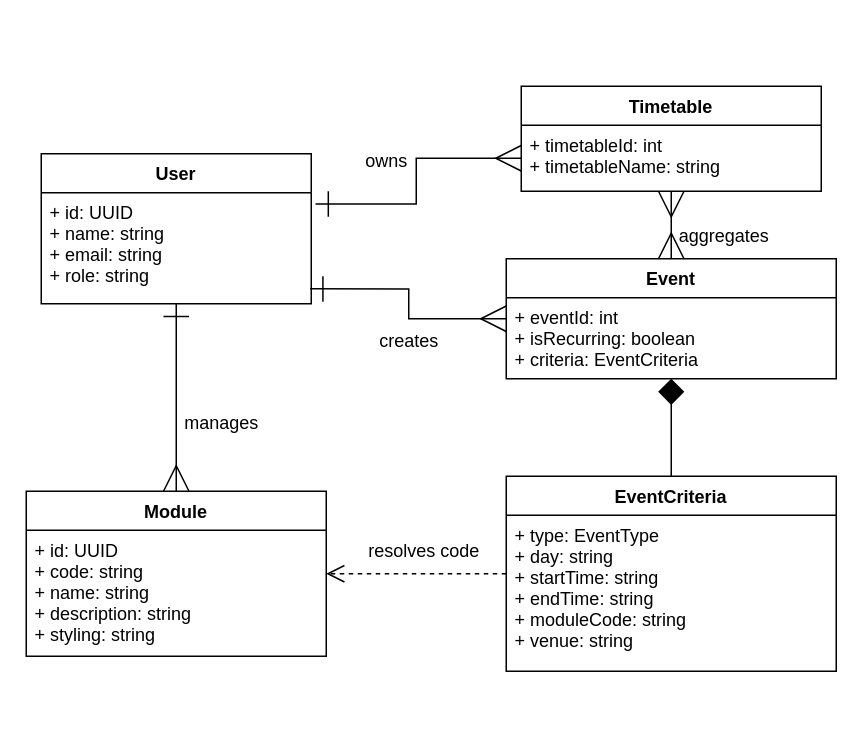
Above: dev/diagrams/domain/Domain.drawio in COS301-SE-2026/UMTAS (draw.io), before the change. Source tidied: cells renumbered, new cells numbered last; positions are measured from the earlier drawing's top-left corner, leaving out a move shared by most shapes. Both pictures are drawn from the tidied source at 150%, with x=0, y=0 at pixel (26, 86).
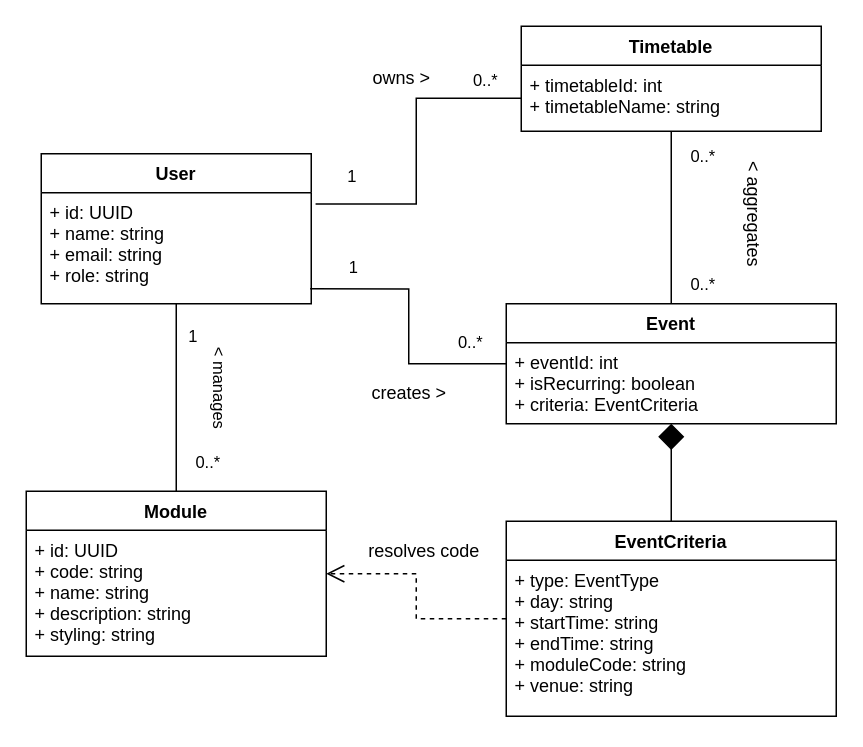
Above is the later version.

Unchanged cells that the change refers to:
```xml
<mxCell id="2" value="User" style="swimlane;fontStyle=1;align=center;verticalAlign=top;horizontal=1;startSize=26;" parent="1" vertex="1">
  <mxGeometry x="10" y="45" width="180" height="100" as="geometry" />
</mxCell>
<mxCell id="3" value="+ id: UUID&#10;+ name: string&#10;+ email: string&#10;+ role: string" style="text;align=left;verticalAlign=top;spacingLeft=4;spacingRight=4;overflow=hidden;points=[[0,0.5],[1,0.5]];portConstraint=eastwest;" parent="2" vertex="1">
  <mxGeometry y="26" width="180" height="74" as="geometry" />
</mxCell>
<mxCell id="4" value="Module" style="swimlane;fontStyle=1;align=center;verticalAlign=top;horizontal=1;startSize=26;" parent="1" vertex="1">
  <mxGeometry y="270" width="200" height="110" as="geometry" />
</mxCell>
<mxCell id="11" value="+ timetableId: int&#10;+ timetableName: string" style="text;align=left;verticalAlign=top;spacingLeft=4;spacingRight=4;overflow=hidden;points=[[0,0.5],[1,0.5]];portConstraint=eastwest;" parent="10" vertex="1">
  <mxGeometry y="26" width="200" height="44" as="geometry" />
</mxCell>
```

Change to the diagram source:
```diff
@@
     <mxCell id="6" value="Event" style="swimlane;fontStyle=1;align=center;verticalAlign=top;horizontal=1;startSize=26;" parent="1" vertex="1">
-      <mxGeometry x="320" y="115" width="220" height="80" as="geometry" />
+      <mxGeometry x="320" y="145" width="220" height="80" as="geometry" />
     </mxCell>
@@
     <mxCell id="8" value="EventCriteria" style="swimlane;fontStyle=1;align=center;verticalAlign=top;horizontal=1;startSize=26;" parent="1" vertex="1">
-      <mxGeometry x="320" y="260" width="220" height="130" as="geometry" />
+      <mxGeometry x="320" y="290" width="220" height="130" as="geometry" />
     </mxCell>
@@
     <mxCell id="10" value="Timetable" style="swimlane;fontStyle=1;align=center;verticalAlign=top;horizontal=1;startSize=26;" parent="1" vertex="1">
-      <mxGeometry x="330" width="200" height="70" as="geometry" />
+      <mxGeometry x="330" y="-40" width="200" height="70" as="geometry" />
     </mxCell>
@@
-    <mxCell id="12" style="edgeStyle=orthogonalEdgeStyle;rounded=0;jettySize=auto;html=1;endArrow=ERmany;startArrow=ERone;endSize=15;startSize=15;" parent="1" edge="1" source="2" target="4">
+    <mxCell id="12" style="edgeStyle=orthogonalEdgeStyle;rounded=0;jettySize=auto;html=1;endArrow=none;startArrow=none;endSize=15;startSize=15;startFill=0;endFill=0;" parent="1" edge="1" source="2" target="4">
       <mxGeometry relative="1" as="geometry" />
     </mxCell>
-    <mxCell id="13" value="manages" style="text;html=1;align=center;verticalAlign=middle;" parent="1" vertex="1">
-      <mxGeometry x="100" y="215" width="60" height="20" as="geometry" />
-    </mxCell>
+    <mxCell id="23" value="1" style="edgeLabel;html=1;align=center;verticalAlign=middle;" parent="12" vertex="1">
+      <mxGeometry x="-0.67" y="-3" relative="1" as="geometry">
+        <mxPoint x="13" as="offset" />
+      </mxGeometry>
+    </mxCell>
+    <mxCell id="24" value="0..*" style="edgeLabel;html=1;align=center;verticalAlign=middle;" parent="12" vertex="1">
+      <mxGeometry x="0.6" y="1" relative="1" as="geometry">
+        <mxPoint x="19" y="5" as="offset" />
+      </mxGeometry>
+    </mxCell>
+    <mxCell id="25" value="&amp;lt; manages" style="edgeLabel;html=1;align=center;verticalAlign=middle;rotation=90;" parent="12" vertex="1">
+      <mxGeometry x="-0.02" relative="1" as="geometry">
+        <mxPoint x="30" y="-6" as="offset" />
+      </mxGeometry>
+    </mxCell>
-    <mxCell id="14" style="edgeStyle=orthogonalEdgeStyle;rounded=0;jettySize=auto;html=1;endArrow=ERmany;startArrow=ERone;endSize=15;startSize=15;exitX=0.996;exitY=0.866;exitDx=0;exitDy=0;exitPerimeter=0;" parent="1" edge="1" source="3" target="6">
+    <mxCell id="14" style="edgeStyle=orthogonalEdgeStyle;rounded=0;jettySize=auto;html=1;endArrow=none;startArrow=none;endSize=15;startSize=15;exitX=0.996;exitY=0.866;exitDx=0;exitDy=0;exitPerimeter=0;endFill=0;startFill=0;" parent="1" edge="1" source="3" target="6">
       <mxGeometry relative="1" as="geometry" />
     </mxCell>
+    <mxCell id="26" value="1" style="edgeLabel;html=1;align=center;verticalAlign=middle;" parent="14" vertex="1">
+      <mxGeometry x="-0.54" y="-2" relative="1" as="geometry">
+        <mxPoint x="-14" y="-17" as="offset" />
+      </mxGeometry>
+    </mxCell>
+    <mxCell id="27" value="0..*" style="edgeLabel;html=1;align=center;verticalAlign=middle;" parent="14" vertex="1">
+      <mxGeometry x="0.69" relative="1" as="geometry">
+        <mxPoint x="3" y="-15" as="offset" />
+      </mxGeometry>
+    </mxCell>
-    <mxCell id="15" value="creates" style="text;html=1;align=center;verticalAlign=middle;" parent="1" vertex="1">
-      <mxGeometry x="230" y="160" width="50" height="20" as="geometry" />
+    <mxCell id="15" value="creates &amp;gt;" style="text;html=1;align=center;verticalAlign=middle;" parent="1" vertex="1">
+      <mxGeometry x="220" y="190" width="70" height="30" as="geometry" />
     </mxCell>
-    <mxCell id="16" style="edgeStyle=orthogonalEdgeStyle;rounded=0;jettySize=auto;html=1;endArrow=ERmany;startArrow=ERone;endSize=15;startSize=15;exitX=1.016;exitY=0.102;exitDx=0;exitDy=0;exitPerimeter=0;entryX=0;entryY=0.5;entryDx=0;entryDy=0;" parent="1" edge="1" source="3" target="11">
+    <mxCell id="16" style="edgeStyle=orthogonalEdgeStyle;rounded=0;jettySize=auto;html=1;endArrow=none;startArrow=none;endSize=15;startSize=15;exitX=1.016;exitY=0.102;exitDx=0;exitDy=0;exitPerimeter=0;entryX=0;entryY=0.5;entryDx=0;entryDy=0;startFill=0;endFill=0;" parent="1" edge="1" source="3" target="11">
       <mxGeometry relative="1" as="geometry" />
     </mxCell>
+    <mxCell id="28" value="0..*" style="edgeLabel;html=1;align=center;verticalAlign=middle;" parent="16" vertex="1">
+      <mxGeometry x="0.76" y="1" relative="1" as="geometry">
+        <mxPoint y="-12" as="offset" />
+      </mxGeometry>
+    </mxCell>
+    <mxCell id="29" value="1" style="edgeLabel;html=1;align=center;verticalAlign=middle;" parent="16" vertex="1">
+      <mxGeometry x="-0.77" relative="1" as="geometry">
+        <mxPoint y="-19" as="offset" />
+      </mxGeometry>
+    </mxCell>
-    <mxCell id="17" value="owns" style="text;html=1;align=center;verticalAlign=middle;" parent="1" vertex="1">
-      <mxGeometry x="220" y="40" width="40" height="20" as="geometry" />
+    <mxCell id="17" value="owns &amp;gt;" style="text;html=1;align=center;verticalAlign=middle;" parent="1" vertex="1">
+      <mxGeometry x="220" y="-20" width="60" height="30" as="geometry" />
     </mxCell>
@@
-    <mxCell id="19" style="edgeStyle=orthogonalEdgeStyle;rounded=0;jettySize=auto;html=1;endArrow=ERmany;startArrow=ERmany;endSize=15;startSize=15;" parent="1" edge="1" source="10" target="6">
+    <mxCell id="19" style="edgeStyle=orthogonalEdgeStyle;rounded=0;jettySize=auto;html=1;endArrow=none;startArrow=none;endSize=15;startSize=15;startFill=0;endFill=0;" parent="1" edge="1" source="10" target="6">
       <mxGeometry relative="1" as="geometry" />
     </mxCell>
+    <mxCell id="30" value="0..*" style="edgeLabel;html=1;align=center;verticalAlign=middle;" parent="19" vertex="1">
+      <mxGeometry x="-0.79" relative="1" as="geometry">
+        <mxPoint x="20" y="4" as="offset" />
+      </mxGeometry>
+    </mxCell>
+    <mxCell id="31" value="0..*" style="edgeLabel;html=1;align=center;verticalAlign=middle;" parent="19" vertex="1">
+      <mxGeometry x="0.47" relative="1" as="geometry">
+        <mxPoint x="20" y="16" as="offset" />
+      </mxGeometry>
+    </mxCell>
-    <mxCell id="20" value="aggregates" style="text;html=1;align=center;verticalAlign=middle;" parent="1" vertex="1">
-      <mxGeometry x="430" y="90" width="70" height="20" as="geometry" />
+    <mxCell id="20" value="&amp;lt; aggregates" style="text;html=1;align=center;verticalAlign=middle;rotation=90;" parent="1" vertex="1">
+      <mxGeometry x="440" y="70" width="90" height="30" as="geometry" />
     </mxCell>
```
